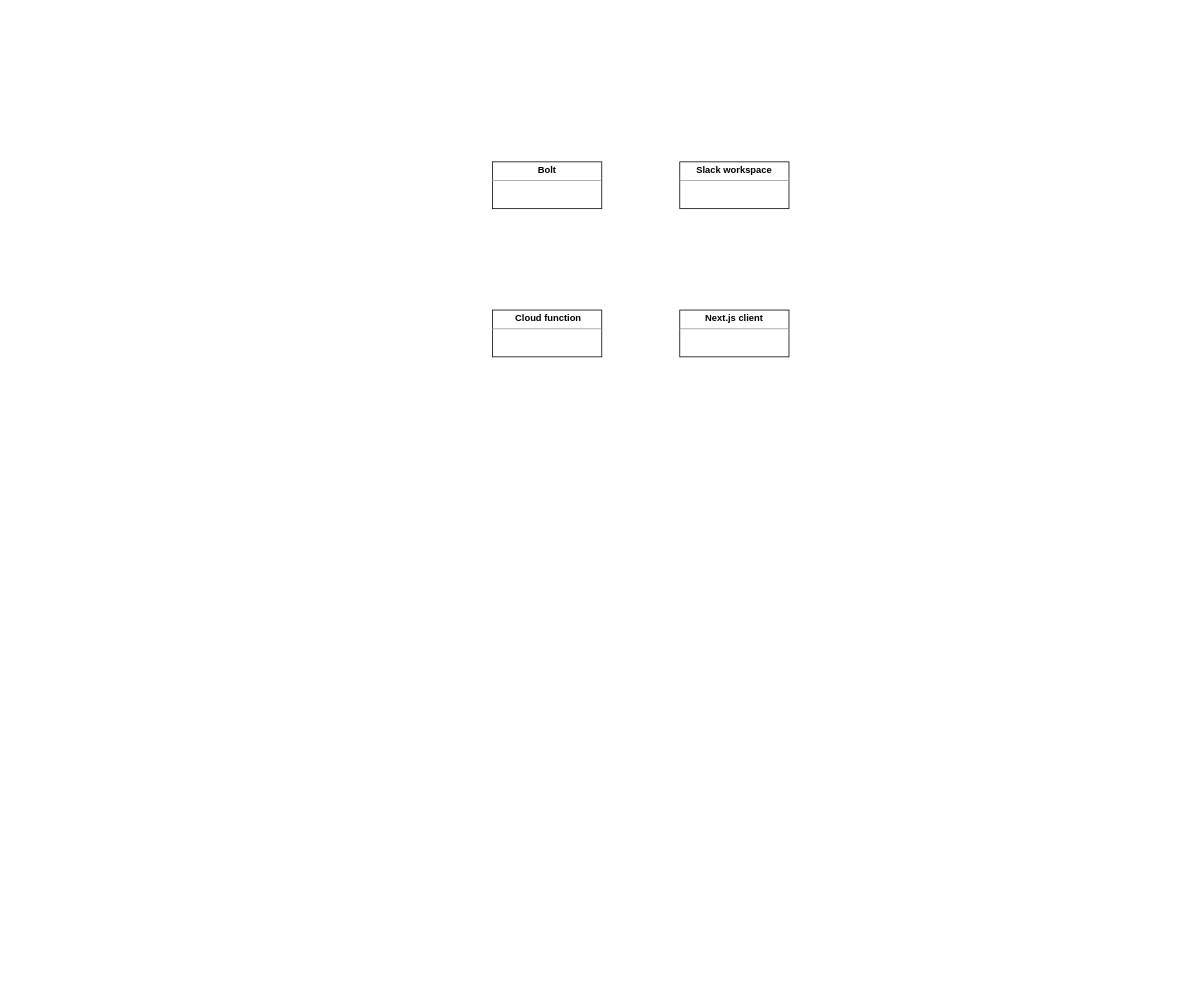
Earlier version of the draw.io diagram drawioChart/servicesRelationMap.drawio (Wakuba/one-doctor). Source tidied: cells renumbered, new cells numbered last; positions are measured from the earlier drawing's top-left corner, leaving out a move shared by most shapes. Both pictures are drawn from the tidied source at 78%, with x=0, y=0 at pixel (492, 161).
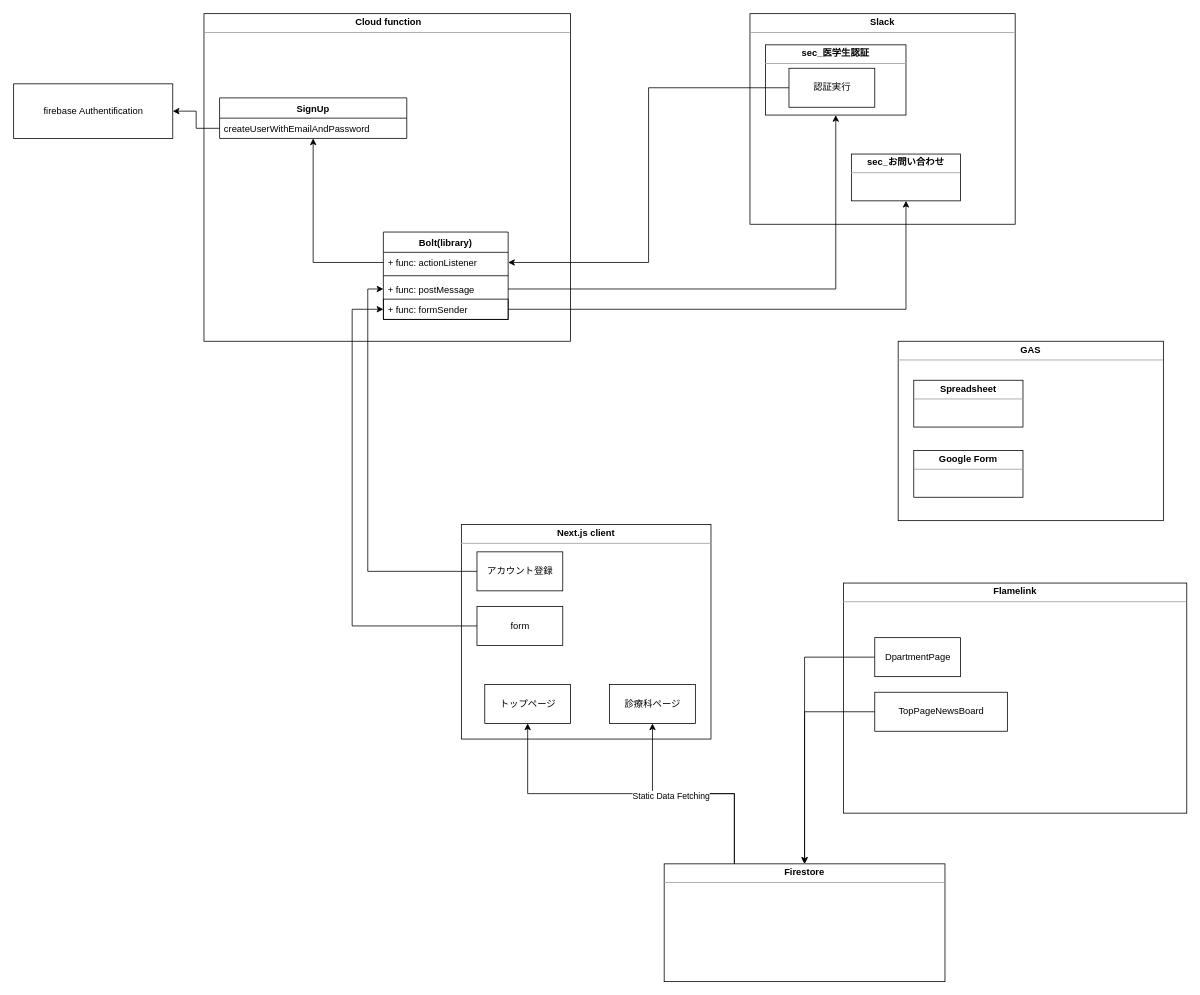
After the change.

The edit, as a diff of the source:
```diff
@@
-    <mxCell id="2" value="&lt;p style=&quot;margin: 0px ; margin-top: 4px ; text-align: center&quot;&gt;&lt;b&gt;Bolt&lt;/b&gt;&lt;/p&gt;&lt;hr size=&quot;1&quot;&gt;&lt;div style=&quot;height: 2px&quot;&gt;&lt;/div&gt;" style="verticalAlign=top;align=left;overflow=fill;fontSize=12;fontFamily=Helvetica;html=1;" parent="1" vertex="1">
-      <mxGeometry width="140" height="60" as="geometry" />
-    </mxCell>
+    <mxCell id="6" value="&lt;p style=&quot;margin: 0px ; margin-top: 4px ; text-align: center&quot;&gt;&lt;b&gt;Slack&lt;/b&gt;&lt;/p&gt;&lt;hr size=&quot;1&quot;&gt;&lt;div style=&quot;height: 2px&quot;&gt;&lt;/div&gt;" style="verticalAlign=top;align=left;overflow=fill;fontSize=12;fontFamily=Helvetica;html=1;" parent="1" vertex="1">
+      <mxGeometry x="330" y="-190" width="340" height="270" as="geometry" />
+    </mxCell>
-    <mxCell id="3" value="&lt;p style=&quot;margin: 0px ; margin-top: 4px ; text-align: center&quot;&gt;&lt;b&gt;Slack workspace&lt;/b&gt;&lt;/p&gt;&lt;hr size=&quot;1&quot;&gt;&lt;div style=&quot;height: 2px&quot;&gt;&lt;/div&gt;" style="verticalAlign=top;align=left;overflow=fill;fontSize=12;fontFamily=Helvetica;html=1;" parent="1" vertex="1">
-      <mxGeometry x="240" width="140" height="60" as="geometry" />
+    <mxCell id="3" value="&lt;p style=&quot;margin: 0px ; margin-top: 4px ; text-align: center&quot;&gt;&lt;b&gt;sec_医学生認証&lt;/b&gt;&lt;/p&gt;&lt;hr size=&quot;1&quot;&gt;&lt;div style=&quot;height: 2px&quot;&gt;&lt;/div&gt;" style="verticalAlign=top;align=left;overflow=fill;fontSize=12;fontFamily=Helvetica;html=1;" parent="1" vertex="1">
+      <mxGeometry x="350" y="-150" width="180" height="90" as="geometry" />
     </mxCell>
     <mxCell id="4" value="&lt;p style=&quot;margin: 0px ; margin-top: 4px ; text-align: center&quot;&gt;&lt;b&gt;Next.js client&lt;/b&gt;&lt;/p&gt;&lt;hr size=&quot;1&quot;&gt;&lt;div style=&quot;height: 2px&quot;&gt;&lt;/div&gt;" style="verticalAlign=top;align=left;overflow=fill;fontSize=12;fontFamily=Helvetica;html=1;" parent="1" vertex="1">
-      <mxGeometry x="240" y="190" width="140" height="60" as="geometry" />
+      <mxGeometry x="-40" y="465" width="320" height="275" as="geometry" />
     </mxCell>
     <mxCell id="5" value="&lt;p style=&quot;margin: 0px ; margin-top: 4px ; text-align: center&quot;&gt;&lt;b&gt;&amp;nbsp;Cloud function&lt;/b&gt;&lt;/p&gt;&lt;hr size=&quot;1&quot;&gt;&lt;div style=&quot;height: 2px&quot;&gt;&lt;/div&gt;" style="verticalAlign=top;align=left;overflow=fill;fontSize=12;fontFamily=Helvetica;html=1;" parent="1" vertex="1">
-      <mxGeometry y="190" width="140" height="60" as="geometry" />
+      <mxGeometry x="-370" y="-190" width="470" height="420" as="geometry" />
     </mxCell>
+    <mxCell id="7" value="&lt;p style=&quot;margin: 0px ; margin-top: 4px ; text-align: center&quot;&gt;&lt;b&gt;sec_お問い合わせ&lt;/b&gt;&lt;/p&gt;&lt;hr size=&quot;1&quot;&gt;&lt;div style=&quot;height: 2px&quot;&gt;&lt;/div&gt;" style="verticalAlign=top;align=left;overflow=fill;fontSize=12;fontFamily=Helvetica;html=1;" parent="1" vertex="1">
+      <mxGeometry x="460" y="-10" width="140" height="60" as="geometry" />
+    </mxCell>
+    <mxCell id="8" style="edgeStyle=orthogonalEdgeStyle;rounded=0;jettySize=auto;html=1;exitX=0;exitY=0.5;exitDx=0;exitDy=0;entryX=0;entryY=0.5;entryDx=0;entryDy=0;" parent="1" edge="1" source="9" target="23">
+      <mxGeometry relative="1" as="geometry" />
+    </mxCell>
+    <mxCell id="9" value="アカウント登録" style="html=1;" parent="1" vertex="1">
+      <mxGeometry x="-20" y="500" width="110" height="50" as="geometry" />
+    </mxCell>
+    <mxCell id="10" style="group;" parent="1" vertex="1">
+      <mxGeometry x="520" y="230" width="340" height="230" as="geometry" />
+    </mxCell>
+    <mxCell id="11" value="&lt;p style=&quot;margin: 0px ; margin-top: 4px ; text-align: center&quot;&gt;&lt;b&gt;GAS&lt;/b&gt;&lt;/p&gt;&lt;hr size=&quot;1&quot;&gt;&lt;div style=&quot;height: 2px&quot;&gt;&lt;/div&gt;" style="verticalAlign=top;align=left;overflow=fill;fontSize=12;fontFamily=Helvetica;html=1;" parent="10" vertex="1">
+      <mxGeometry width="340" height="230" as="geometry" />
+    </mxCell>
+    <mxCell id="12" value="&lt;p style=&quot;margin: 0px ; margin-top: 4px ; text-align: center&quot;&gt;&lt;b&gt;Spreadsheet&lt;/b&gt;&lt;/p&gt;&lt;hr size=&quot;1&quot;&gt;&lt;div style=&quot;height: 2px&quot;&gt;&lt;/div&gt;" style="verticalAlign=top;align=left;overflow=fill;fontSize=12;fontFamily=Helvetica;html=1;" parent="10" vertex="1">
+      <mxGeometry x="20" y="50" width="140" height="60" as="geometry" />
+    </mxCell>
+    <mxCell id="13" value="&lt;p style=&quot;margin: 0px ; margin-top: 4px ; text-align: center&quot;&gt;&lt;b&gt;Google Form&lt;/b&gt;&lt;/p&gt;&lt;hr size=&quot;1&quot;&gt;&lt;div style=&quot;height: 2px&quot;&gt;&lt;/div&gt;" style="verticalAlign=top;align=left;overflow=fill;fontSize=12;fontFamily=Helvetica;html=1;" parent="10" vertex="1">
+      <mxGeometry x="20" y="140" width="140" height="60" as="geometry" />
+    </mxCell>
+    <mxCell id="14" style="edgeStyle=orthogonalEdgeStyle;rounded=0;jettySize=auto;html=1;exitX=0;exitY=0.5;exitDx=0;exitDy=0;entryX=1;entryY=0.5;entryDx=0;entryDy=0;" parent="1" edge="1" source="15" target="21">
+      <mxGeometry relative="1" as="geometry" />
+    </mxCell>
+    <mxCell id="15" value="認証実行" style="html=1;" parent="1" vertex="1">
+      <mxGeometry x="380" y="-120" width="110" height="50" as="geometry" />
+    </mxCell>
+    <mxCell id="16" value="SignUp" style="swimlane;fontStyle=1;align=center;verticalAlign=top;horizontal=1;startSize=26;" parent="1" vertex="1">
+      <mxGeometry x="-350" y="-82" width="240" height="52" as="geometry" />
+    </mxCell>
+    <mxCell id="17" value="createUserWithEmailAndPassword" style="text;strokeColor=none;fillColor=none;align=left;verticalAlign=top;spacingLeft=4;spacingRight=4;overflow=hidden;points=[[0,0.5],[1,0.5]];portConstraint=eastwest;" parent="16" vertex="1">
+      <mxGeometry y="26" width="240" height="26" as="geometry" />
+    </mxCell>
+    <mxCell id="18" value="firebase Authentification" style="html=1;" parent="1" vertex="1">
+      <mxGeometry x="-614" y="-100" width="204" height="70" as="geometry" />
+    </mxCell>
+    <mxCell id="19" style="edgeStyle=orthogonalEdgeStyle;rounded=0;jettySize=auto;html=1;exitX=0;exitY=0.5;exitDx=0;exitDy=0;" parent="1" edge="1" source="17" target="18">
+      <mxGeometry relative="1" as="geometry" />
+    </mxCell>
+    <mxCell id="20" value="Bolt(library)" style="swimlane;fontStyle=1;align=center;verticalAlign=top;horizontal=1;startSize=26;" parent="1" vertex="1">
+      <mxGeometry x="-140" y="90" width="160" height="112" as="geometry" />
+    </mxCell>
+    <mxCell id="21" value="+ func: actionListener" style="text;strokeColor=none;fillColor=none;align=left;verticalAlign=top;spacingLeft=4;spacingRight=4;overflow=hidden;points=[[0,0.5],[1,0.5]];portConstraint=eastwest;" parent="20" vertex="1">
+      <mxGeometry y="26" width="160" height="26" as="geometry" />
+    </mxCell>
+    <mxCell id="22" style="line;strokeWidth=1;fillColor=none;align=left;verticalAlign=middle;spacingTop=-1;spacingLeft=3;spacingRight=3;labelPosition=right;" parent="20" vertex="1">
+      <mxGeometry y="52" width="160" height="8" as="geometry" />
+    </mxCell>
+    <mxCell id="23" value="+ func: postMessage" style="text;strokeColor=none;fillColor=none;align=left;verticalAlign=top;spacingLeft=4;spacingRight=4;overflow=hidden;points=[[0,0.5],[1,0.5]];portConstraint=eastwest;" parent="20" vertex="1">
+      <mxGeometry y="60" width="160" height="26" as="geometry" />
+    </mxCell>
+    <mxCell id="24" value="+ func: formSender" style="text;strokeColor=default;fillColor=none;align=left;verticalAlign=top;spacingLeft=4;spacingRight=4;overflow=hidden;points=[[0,0.5],[1,0.5]];portConstraint=eastwest;" parent="20" vertex="1">
+      <mxGeometry y="86" width="160" height="26" as="geometry" />
+    </mxCell>
+    <mxCell id="25" style="edgeStyle=orthogonalEdgeStyle;rounded=0;jettySize=auto;html=1;exitX=0;exitY=0.5;exitDx=0;exitDy=0;" parent="1" edge="1" source="21" target="16">
+      <mxGeometry relative="1" as="geometry" />
+    </mxCell>
+    <mxCell id="26" style="edgeStyle=orthogonalEdgeStyle;rounded=0;jettySize=auto;html=1;exitX=1;exitY=0.5;exitDx=0;exitDy=0;" parent="1" edge="1" source="23" target="3">
+      <mxGeometry relative="1" as="geometry" />
+    </mxCell>
+    <mxCell id="27" style="edgeStyle=orthogonalEdgeStyle;rounded=0;jettySize=auto;html=1;exitX=0;exitY=0.5;exitDx=0;exitDy=0;entryX=0;entryY=0.5;entryDx=0;entryDy=0;" parent="1" edge="1" source="28" target="24">
+      <mxGeometry relative="1" as="geometry">
+        <Array as="points">
+          <mxPoint x="-180" y="595" />
+          <mxPoint x="-180" y="189" />
+        </Array>
+      </mxGeometry>
+    </mxCell>
+    <mxCell id="28" value="form" style="html=1;strokeColor=default;" parent="1" vertex="1">
+      <mxGeometry x="-20" y="570" width="110" height="50" as="geometry" />
+    </mxCell>
+    <mxCell id="29" style="edgeStyle=orthogonalEdgeStyle;rounded=0;jettySize=auto;html=1;exitX=1;exitY=0.5;exitDx=0;exitDy=0;" parent="1" edge="1" source="24" target="7">
+      <mxGeometry relative="1" as="geometry" />
+    </mxCell>
+    <mxCell id="30" value="診療科ページ" style="html=1;strokeColor=default;" parent="1" vertex="1">
+      <mxGeometry x="150" y="670" width="110" height="50" as="geometry" />
+    </mxCell>
+    <mxCell id="31" value="&lt;p style=&quot;margin: 0px ; margin-top: 4px ; text-align: center&quot;&gt;&lt;b&gt;Flamelink&lt;/b&gt;&lt;/p&gt;&lt;hr size=&quot;1&quot;&gt;&lt;div style=&quot;height: 2px&quot;&gt;&lt;/div&gt;" style="verticalAlign=top;align=left;overflow=fill;fontSize=12;fontFamily=Helvetica;html=1;strokeColor=default;" parent="1" vertex="1">
+      <mxGeometry x="450" y="540" width="440" height="295" as="geometry" />
+    </mxCell>
+    <mxCell id="32" style="edgeStyle=orthogonalEdgeStyle;rounded=0;jettySize=auto;html=1;exitX=0.25;exitY=0;exitDx=0;exitDy=0;" parent="1" edge="1" source="35" target="30">
+      <mxGeometry relative="1" as="geometry" />
+    </mxCell>
+    <mxCell id="33" style="edgeStyle=orthogonalEdgeStyle;rounded=0;jettySize=auto;html=1;exitX=0.25;exitY=0;exitDx=0;exitDy=0;" parent="1" edge="1" source="35" target="40">
+      <mxGeometry relative="1" as="geometry" />
+    </mxCell>
+    <mxCell id="34" value="Static Data Fetching" style="edgeLabel;html=1;align=center;verticalAlign=middle;" parent="33" vertex="1">
+      <mxGeometry x="-0.23" y="2" relative="1" as="geometry">
+        <mxPoint x="-1" as="offset" />
+      </mxGeometry>
+    </mxCell>
+    <mxCell id="35" value="&lt;p style=&quot;margin: 0px ; margin-top: 4px ; text-align: center&quot;&gt;&lt;b&gt;Firestore&lt;/b&gt;&lt;/p&gt;&lt;hr size=&quot;1&quot;&gt;&lt;div style=&quot;height: 2px&quot;&gt;&lt;/div&gt;" style="verticalAlign=top;align=left;overflow=fill;fontSize=12;fontFamily=Helvetica;html=1;strokeColor=default;" parent="1" vertex="1">
+      <mxGeometry x="220" y="900" width="360" height="151" as="geometry" />
+    </mxCell>
+    <mxCell id="36" style="edgeStyle=orthogonalEdgeStyle;rounded=0;jettySize=auto;html=1;exitX=0;exitY=0.5;exitDx=0;exitDy=0;" parent="1" edge="1" source="37" target="35">
+      <mxGeometry relative="1" as="geometry" />
+    </mxCell>
+    <mxCell id="37" value="DpartmentPage" style="html=1;strokeColor=default;" parent="1" vertex="1">
+      <mxGeometry x="490" y="610" width="110" height="50" as="geometry" />
+    </mxCell>
+    <mxCell id="38" style="edgeStyle=orthogonalEdgeStyle;rounded=0;jettySize=auto;html=1;exitX=0;exitY=0.5;exitDx=0;exitDy=0;" parent="1" edge="1" source="39" target="35">
+      <mxGeometry relative="1" as="geometry" />
+    </mxCell>
+    <mxCell id="39" value="TopPageNewsBoard" style="html=1;strokeColor=default;" parent="1" vertex="1">
+      <mxGeometry x="490" y="680" width="170" height="50" as="geometry" />
+    </mxCell>
+    <mxCell id="40" value="トップページ" style="html=1;strokeColor=default;" parent="1" vertex="1">
+      <mxGeometry x="-10" y="670" width="110" height="50" as="geometry" />
+    </mxCell>
```
